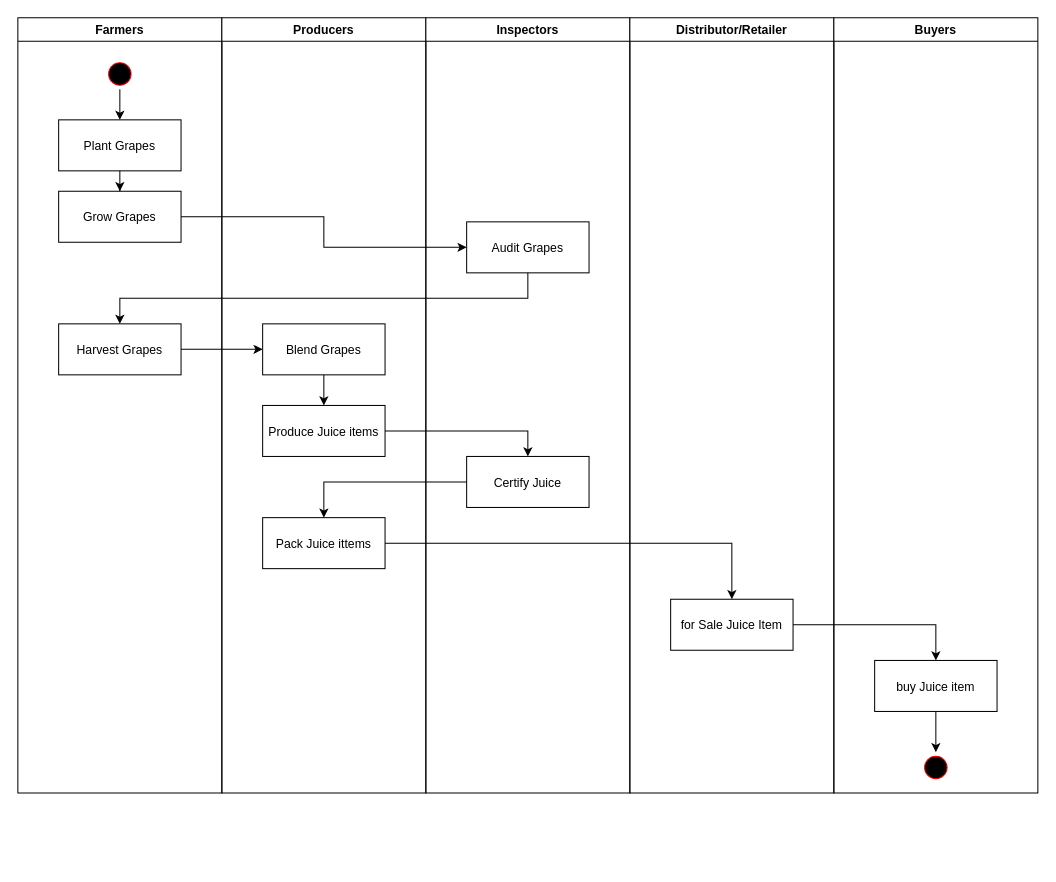
Before: project_3_Dapp_Supply_Chain/docs/uml_activity.drawio in lucribas/udacity-blockchaindev-nanodegree, a draw.io diagram. Source tidied: cells renumbered, new cells numbered last; positions are measured from the earlier drawing's top-left corner, leaving out a move shared by most shapes. Both pictures are drawn from the tidied source at 102%, with x=0, y=0 at pixel (17, 17).
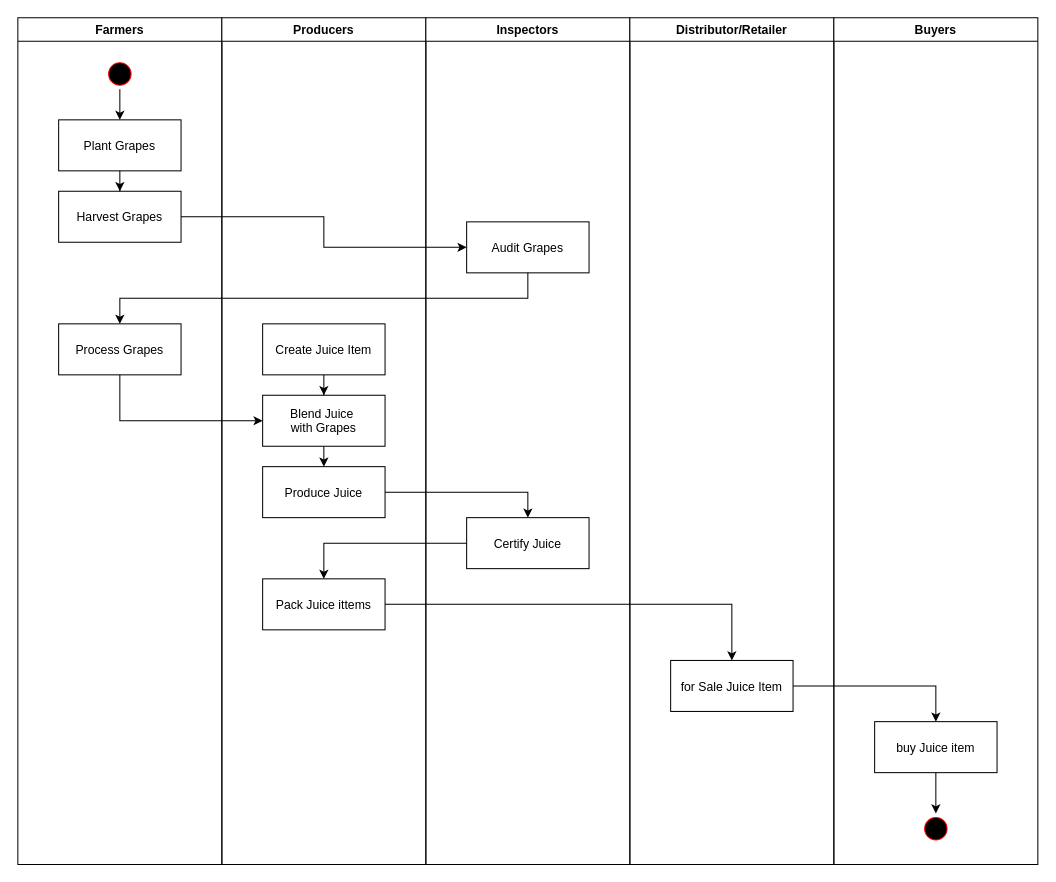
Above is the later version.

Commit message (it also covers changes not shown here):
[Dapp Supply Chain] fixed UML diagram

Diff of the diagram source:
```diff
@@
     <mxCell id="2" value="Farmers" style="swimlane;whiteSpace=wrap;" parent="1" vertex="1">
-      <mxGeometry width="200" height="760" as="geometry" />
+      <mxGeometry width="200" height="830" as="geometry" />
     </mxCell>
@@
-    <mxCell id="6" value="Grow Grapes" parent="2" vertex="1">
+    <mxCell id="6" value="Harvest Grapes" parent="2" vertex="1">
       <mxGeometry x="40" y="170" width="120" height="50" as="geometry" />
     </mxCell>
@@
-    <mxCell id="8" value="Harvest Grapes" parent="2" vertex="1">
+    <mxCell id="8" value="Process Grapes" parent="2" vertex="1">
       <mxGeometry x="40" y="300" width="120" height="50" as="geometry" />
     </mxCell>
     <mxCell id="9" value="Producers" style="swimlane;whiteSpace=wrap;" parent="1" vertex="1">
-      <mxGeometry x="200" width="200" height="760" as="geometry" />
+      <mxGeometry x="200" width="200" height="830" as="geometry" />
     </mxCell>
-    <mxCell id="10" value="Blend Grapes" parent="9" vertex="1">
+    <mxCell id="10" value="Create Juice Item" parent="9" vertex="1">
       <mxGeometry x="40" y="300" width="120" height="50" as="geometry" />
     </mxCell>
-    <mxCell id="11" value="Produce Juice items" parent="9" vertex="1">
-      <mxGeometry x="40" y="380" width="120" height="50" as="geometry" />
+    <mxCell id="11" value="Produce Juice" parent="9" vertex="1">
+      <mxGeometry x="40" y="440" width="120" height="50" as="geometry" />
     </mxCell>
-    <mxCell id="12" style="edgeStyle=orthogonalEdgeStyle;rounded=0;jettySize=auto;html=1;" parent="9" edge="1" source="10" target="11">
-      <mxGeometry relative="1" as="geometry" />
-    </mxCell>
     <mxCell id="13" value="Pack Juice ittems" parent="9" vertex="1">
-      <mxGeometry x="40" y="490" width="120" height="50" as="geometry" />
+      <mxGeometry x="40" y="550" width="120" height="50" as="geometry" />
     </mxCell>
+    <mxCell id="30" style="edgeStyle=orthogonalEdgeStyle;rounded=0;jettySize=auto;html=1;exitX=0.5;exitY=1;exitDx=0;exitDy=0;entryX=0.5;entryY=0;entryDx=0;entryDy=0;" parent="9" edge="1" source="31" target="11">
+      <mxGeometry relative="1" as="geometry" />
+    </mxCell>
+    <mxCell id="31" value="Blend Juice &#10;with Grapes" parent="9" vertex="1">
+      <mxGeometry x="40" y="370" width="120" height="50" as="geometry" />
+    </mxCell>
+    <mxCell id="32" style="edgeStyle=orthogonalEdgeStyle;rounded=0;jettySize=auto;html=1;" parent="9" edge="1" source="10" target="31">
+      <mxGeometry relative="1" as="geometry" />
+    </mxCell>
     <mxCell id="14" value="Inspectors" style="swimlane;whiteSpace=wrap;" parent="1" vertex="1">
-      <mxGeometry x="400" width="200" height="760" as="geometry" />
+      <mxGeometry x="400" width="200" height="830" as="geometry" />
     </mxCell>
@@
     <mxCell id="16" value="Certify Juice" parent="14" vertex="1">
-      <mxGeometry x="40" y="430" width="120" height="50" as="geometry" />
+      <mxGeometry x="40" y="490" width="120" height="50" as="geometry" />
     </mxCell>
     <mxCell id="17" value="Distributor/Retailer" style="swimlane;whiteSpace=wrap;" parent="1" vertex="1">
-      <mxGeometry x="600" width="200" height="760" as="geometry" />
+      <mxGeometry x="600" width="200" height="830" as="geometry" />
     </mxCell>
     <mxCell id="18" value="for Sale Juice Item" parent="17" vertex="1">
-      <mxGeometry x="40" y="570" width="120" height="50" as="geometry" />
+      <mxGeometry x="40" y="630" width="120" height="50" as="geometry" />
     </mxCell>
     <mxCell id="19" value="Buyers" style="swimlane;whiteSpace=wrap;" parent="1" vertex="1">
-      <mxGeometry x="800" width="200" height="760" as="geometry" />
+      <mxGeometry x="800" width="200" height="830" as="geometry" />
     </mxCell>
     <mxCell id="20" value="buy Juice item" parent="19" vertex="1">
-      <mxGeometry x="40" y="630" width="120" height="50" as="geometry" />
+      <mxGeometry x="40" y="690" width="120" height="50" as="geometry" />
     </mxCell>
-    <mxCell id="21" style="edgeStyle=orthogonalEdgeStyle;rounded=0;jettySize=auto;html=1;" parent="1" edge="1" source="8" target="10">
-      <mxGeometry relative="1" as="geometry" />
+    <mxCell id="21" style="edgeStyle=orthogonalEdgeStyle;rounded=0;jettySize=auto;html=1;entryX=0;entryY=0.5;entryDx=0;entryDy=0;exitX=0.5;exitY=1;exitDx=0;exitDy=0;" parent="1" edge="1" source="8" target="31">
+      <mxGeometry relative="1" as="geometry">
+        <Array as="points">
+          <mxPoint x="100" y="395" />
+        </Array>
+      </mxGeometry>
     </mxCell>
@@
     <mxCell id="27" style="ellipse;shape=startState;fillColor=#000000;strokeColor=#ff0000;" parent="1" vertex="1">
-      <mxGeometry x="885" y="720" width="30" height="30" as="geometry" />
+      <mxGeometry x="885" y="780" width="30" height="30" as="geometry" />
     </mxCell>
```
